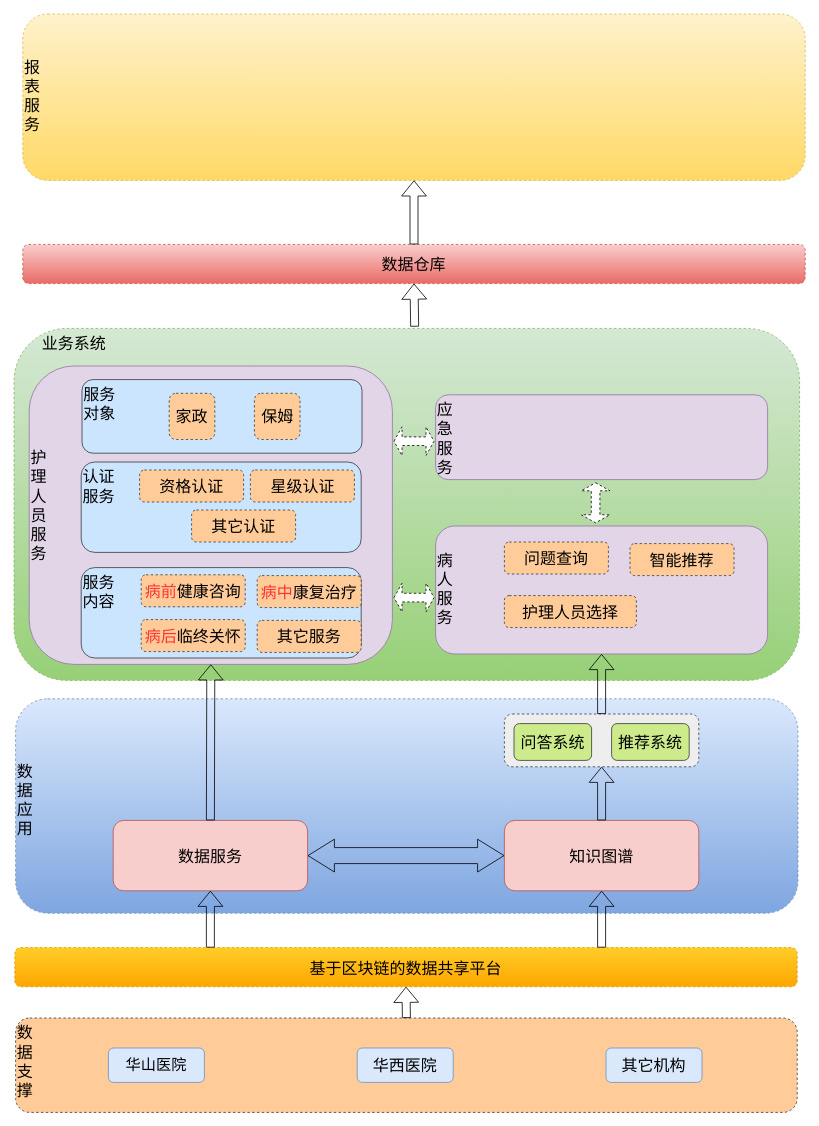
Above: 未命名表单.drawio in wilesanGH/chaincode_demo (draw.io), before the change. Source tidied: cells renumbered, new cells numbered last; positions are measured from the earlier drawing's top-left corner, leaving out a move shared by most shapes. Both pictures are drawn from the tidied source at 80%, with x=0, y=0 at pixel (14, 14).
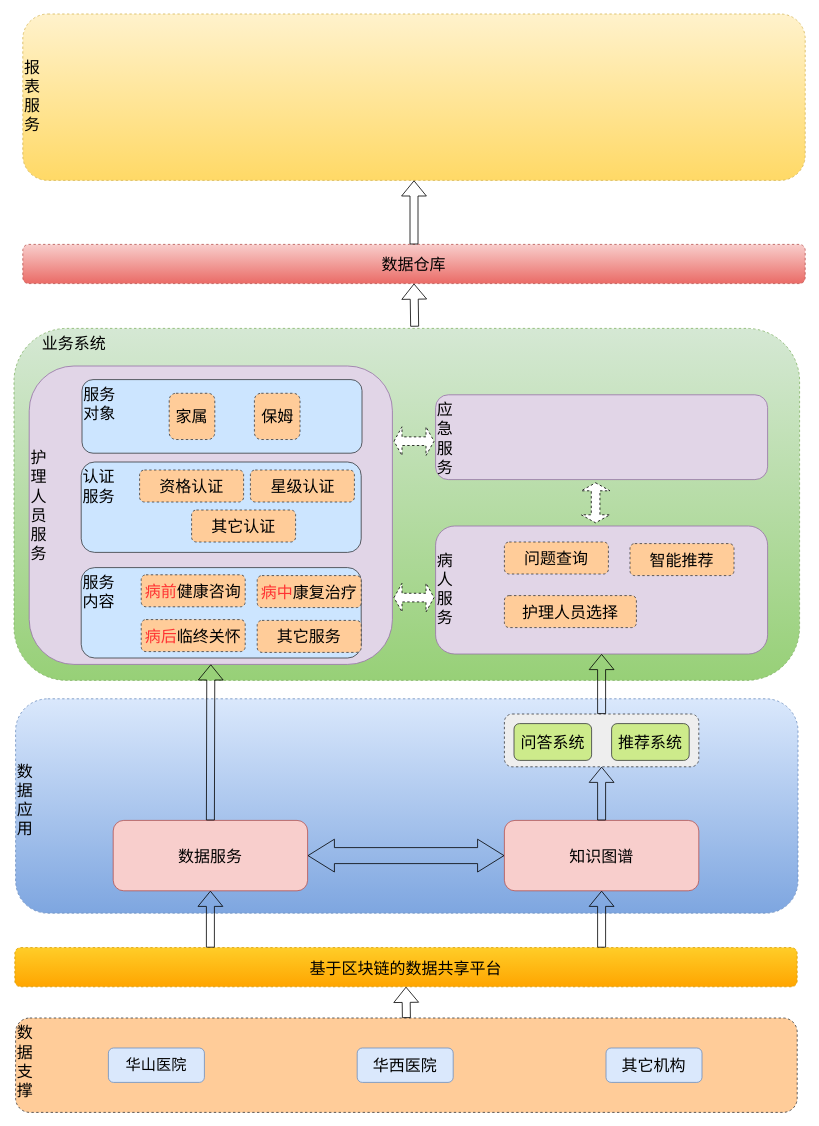
The same diagram, later.

Commit message (it also covers changes not shown here):
更新未命名表单.drawio

The edit, as a diff of the source:
```diff
@@
-    <mxCell id="29" value="家政" style="rounded=1;whiteSpace=wrap;html=1;dashed=1;labelBackgroundColor=none;fontSize=20;fillColor=#ffcc99;strokeColor=#36393d;" parent="1" vertex="1">
+    <mxCell id="29" value="家属" style="rounded=1;whiteSpace=wrap;html=1;dashed=1;labelBackgroundColor=none;fontSize=20;fillColor=#ffcc99;strokeColor=#36393d;" parent="1" vertex="1">
       <mxGeometry x="194" y="474.1" width="57" height="57.8" as="geometry" />
     </mxCell>
```
